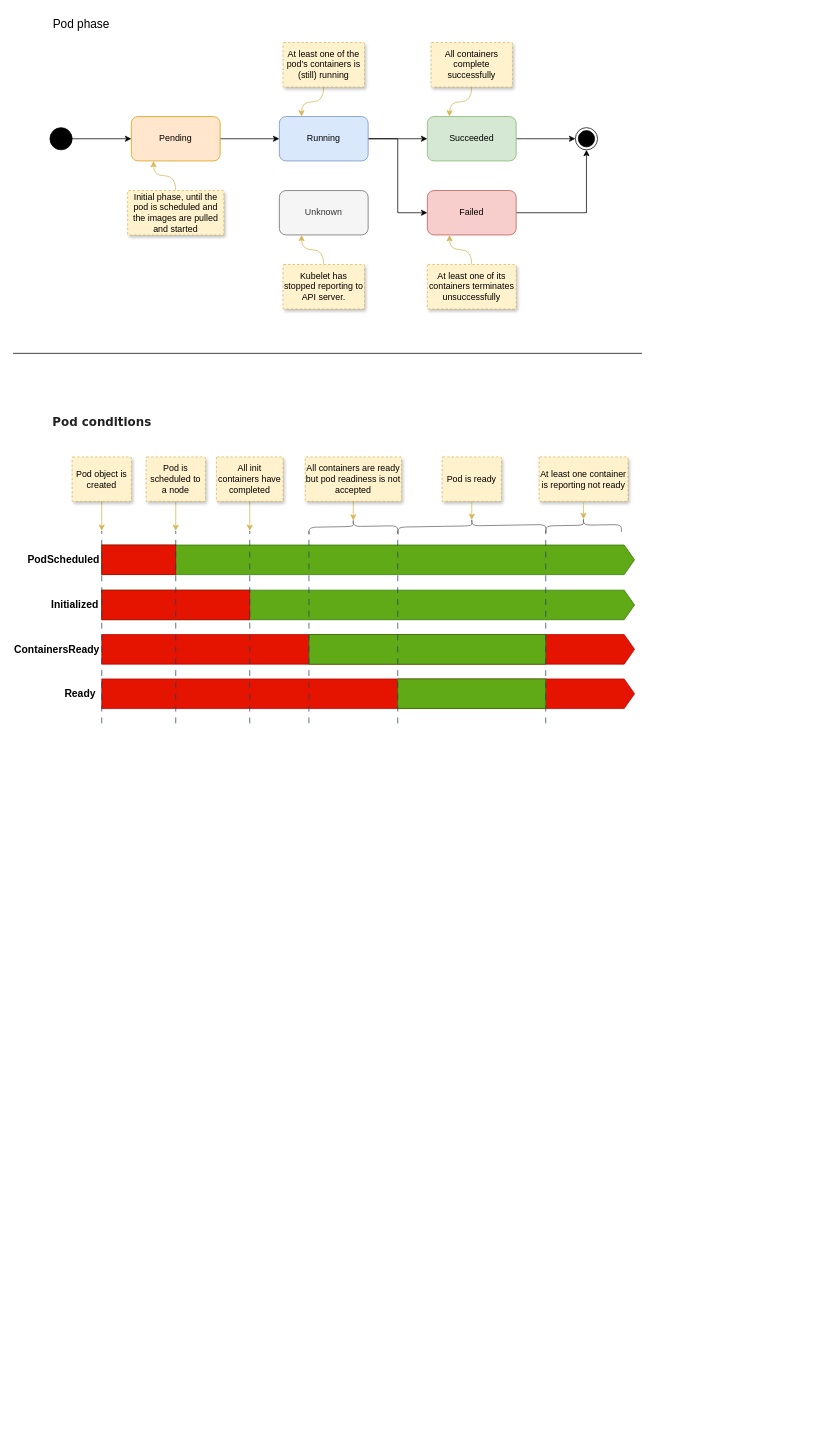
Before: page "Pod Lifecycle" (1 of 4) of st/k8s_common.drawio in gaivin/drawio, a draw.io diagram. Source tidied: cells renumbered, new cells numbered last; positions are measured from the earlier drawing's top-left corner, leaving out a move shared by most shapes. Both pictures are drawn from the tidied source at 74%, with x=0, y=0 at pixel (13, 13).
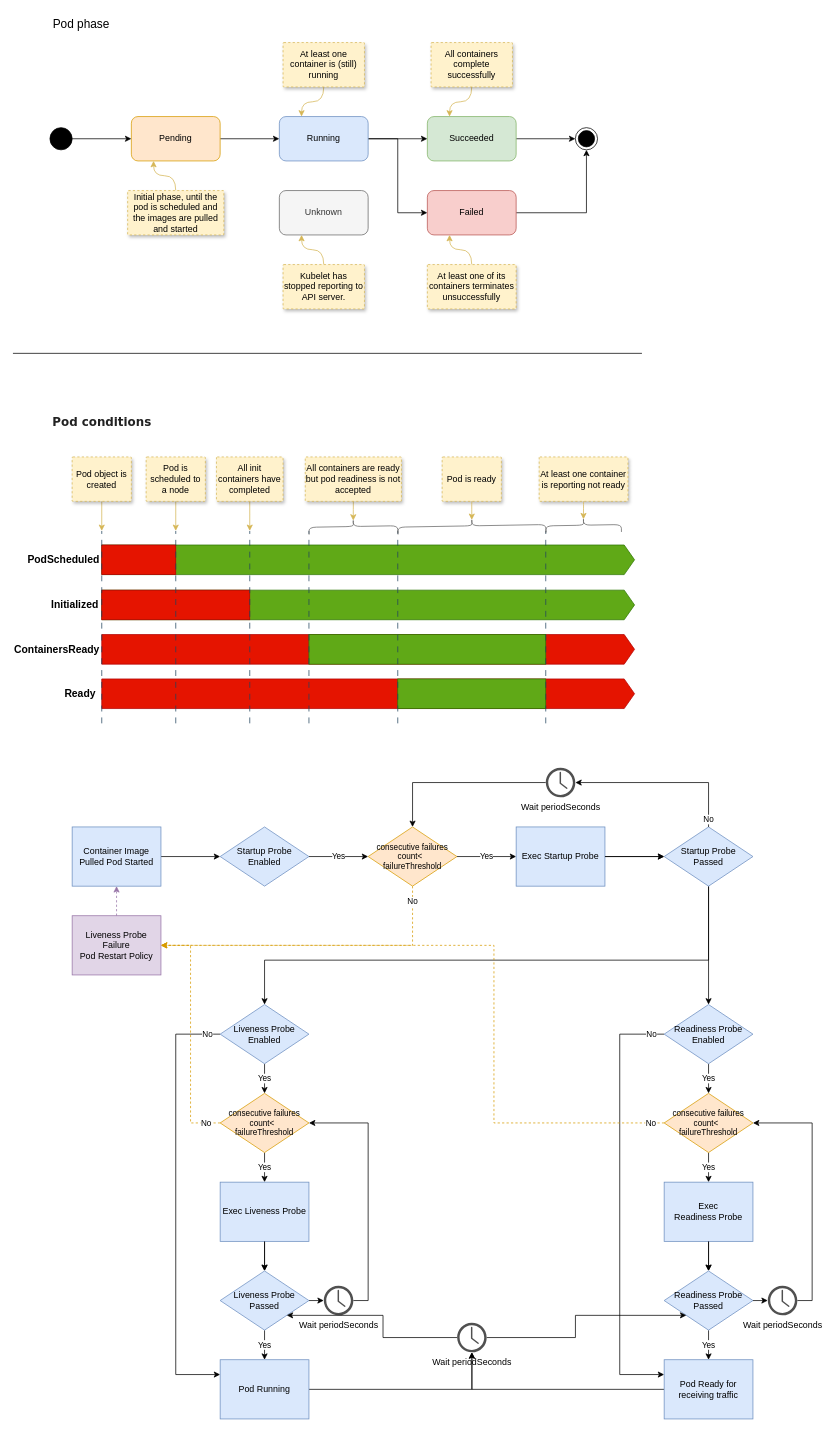
The same page after the edit.

What changed in the source:
```diff
@@
-    <mxCell id="16" value="At least one of the pod’s containers is (still) running" style="strokeColor=#d6b656;shadow=1;strokeWidth=1;rounded=1;absoluteArcSize=1;arcSize=2;fillColor=#fff2cc;dashed=1;whiteSpace=wrap;" parent="1" vertex="1">
+    <mxCell id="16" value="At least one container is (still) running" style="strokeColor=#d6b656;shadow=1;strokeWidth=1;rounded=1;absoluteArcSize=1;arcSize=2;fillColor=#fff2cc;dashed=1;whiteSpace=wrap;" parent="1" vertex="1">
       <mxGeometry x="365" y="40" width="110" height="60" as="geometry" />
     </mxCell>
@@
+    <mxCell id="61" style="edgeStyle=orthogonalEdgeStyle;rounded=0;jettySize=auto;html=1;" parent="1" edge="1" source="62" target="64">
+      <mxGeometry relative="1" as="geometry" />
+    </mxCell>
+    <mxCell id="62" value="Container Image Pulled Pod Started" style="rounded=0;whiteSpace=wrap;html=1;fillColor=#dae8fc;strokeColor=#6c8ebf;" parent="1" vertex="1">
+      <mxGeometry x="80" y="1100" width="120" height="80" as="geometry" />
+    </mxCell>
+    <mxCell id="63" value="Yes" style="edgeStyle=orthogonalEdgeStyle;rounded=0;jettySize=auto;html=1;" parent="1" edge="1" source="64" target="67">
+      <mxGeometry relative="1" as="geometry" />
+    </mxCell>
+    <mxCell id="64" value="Startup Probe&lt;div&gt;Enabled&lt;/div&gt;" style="rhombus;whiteSpace=wrap;html=1;fillColor=#dae8fc;strokeColor=#6c8ebf;rounded=0;" parent="1" vertex="1">
+      <mxGeometry x="280" y="1100" width="120" height="80" as="geometry" />
+    </mxCell>
+    <mxCell id="65" value="No" style="edgeStyle=orthogonalEdgeStyle;rounded=0;jettySize=auto;html=1;entryX=1;entryY=0.5;entryDx=0;entryDy=0;exitX=0.5;exitY=1;exitDx=0;exitDy=0;fillColor=#ffe6cc;strokeColor=#d79b00;dashed=1;" parent="1" edge="1" source="67" target="94">
+      <mxGeometry x="-0.9" relative="1" as="geometry" />
+    </mxCell>
+    <mxCell id="66" value="Yes" style="edgeStyle=orthogonalEdgeStyle;rounded=0;jettySize=auto;html=1;" parent="1" edge="1" source="67" target="69">
+      <mxGeometry relative="1" as="geometry" />
+    </mxCell>
+    <mxCell id="67" value="&lt;div style=&quot;font-size: 11px;&quot;&gt;&lt;span style=&quot;background-color: initial;&quot;&gt;consecutive&lt;/span&gt;&lt;span style=&quot;background-color: initial;&quot;&gt;&amp;nbsp;failures count&amp;lt;&amp;nbsp;&amp;nbsp;&lt;/span&gt;&lt;/div&gt;&lt;div style=&quot;font-size: 11px;&quot;&gt;&lt;span style=&quot;background-color: initial;&quot;&gt;failureThreshold&lt;/span&gt;&lt;/div&gt;" style="rhombus;whiteSpace=wrap;html=1;fillColor=#ffe6cc;strokeColor=#d79b00;rounded=0;fontSize=11;" parent="1" vertex="1">
+      <mxGeometry x="480" y="1100" width="120" height="80" as="geometry" />
+    </mxCell>
+    <mxCell id="68" style="edgeStyle=orthogonalEdgeStyle;rounded=0;jettySize=auto;html=1;" parent="1" edge="1" source="69" target="75">
+      <mxGeometry relative="1" as="geometry" />
+    </mxCell>
+    <mxCell id="69" value="Exec Startup Probe" style="whiteSpace=wrap;html=1;fillColor=#dae8fc;strokeColor=#6c8ebf;rounded=0;" parent="1" vertex="1">
+      <mxGeometry x="680" y="1100" width="120" height="80" as="geometry" />
+    </mxCell>
+    <mxCell id="70" style="edgeStyle=orthogonalEdgeStyle;rounded=0;jettySize=auto;html=1;exitX=0;exitY=0.5;exitDx=0;exitDy=0;exitPerimeter=0;entryX=0.5;entryY=0;entryDx=0;entryDy=0;" parent="1" edge="1" source="71" target="67">
+      <mxGeometry relative="1" as="geometry" />
+    </mxCell>
+    <mxCell id="71" value="Wait periodSeconds" style="sketch=0;shadow=0;dashed=0;html=1;strokeColor=none;fillColor=#505050;labelPosition=center;verticalLabelPosition=bottom;verticalAlign=top;outlineConnect=0;align=center;shape=mxgraph.office.concepts.clock;points=[[0,0.5,0,0,0],[1,0.5,0,0,0]];" parent="1" vertex="1">
+      <mxGeometry x="720" y="1020" width="40" height="40" as="geometry" />
+    </mxCell>
+    <mxCell id="72" style="edgeStyle=orthogonalEdgeStyle;rounded=0;jettySize=auto;html=1;" parent="1" edge="1" source="69" target="75">
+      <mxGeometry relative="1" as="geometry" />
+    </mxCell>
+    <mxCell id="73" style="edgeStyle=orthogonalEdgeStyle;rounded=0;jettySize=auto;html=1;exitX=0.5;exitY=1;exitDx=0;exitDy=0;" parent="1" edge="1" source="75" target="79">
+      <mxGeometry relative="1" as="geometry">
+        <Array as="points">
+          <mxPoint x="940" y="1280" />
+          <mxPoint x="340" y="1280" />
+        </Array>
+      </mxGeometry>
+    </mxCell>
+    <mxCell id="74" style="edgeStyle=orthogonalEdgeStyle;rounded=0;jettySize=auto;html=1;exitX=0.5;exitY=1;exitDx=0;exitDy=0;" parent="1" edge="1" source="75" target="97">
+      <mxGeometry relative="1" as="geometry" />
+    </mxCell>
+    <mxCell id="75" value="Startup Probe&lt;div&gt;Passed&lt;/div&gt;" style="rhombus;whiteSpace=wrap;html=1;fillColor=#dae8fc;strokeColor=#6c8ebf;rounded=0;" parent="1" vertex="1">
+      <mxGeometry x="880" y="1100" width="120" height="80" as="geometry" />
+    </mxCell>
+    <mxCell id="76" value="No" style="edgeStyle=orthogonalEdgeStyle;rounded=0;jettySize=auto;html=1;exitX=0.5;exitY=0;exitDx=0;exitDy=0;entryX=1;entryY=0.5;entryDx=0;entryDy=0;entryPerimeter=0;" parent="1" edge="1" source="75" target="71">
+      <mxGeometry x="-0.92" relative="1" as="geometry" />
+    </mxCell>
+    <mxCell id="77" value="Yes" style="edgeStyle=orthogonalEdgeStyle;rounded=0;jettySize=auto;html=1;" parent="1" edge="1" source="79" target="82">
+      <mxGeometry relative="1" as="geometry" />
+    </mxCell>
+    <mxCell id="78" value="No" style="edgeStyle=orthogonalEdgeStyle;rounded=0;jettySize=auto;html=1;entryX=0;entryY=0.25;entryDx=0;entryDy=0;exitX=0;exitY=0.5;exitDx=0;exitDy=0;" parent="1" edge="1" source="79" target="92">
+      <mxGeometry x="-0.94" relative="1" as="geometry">
+        <Array as="points">
+          <mxPoint x="220" y="1380" />
+          <mxPoint x="220" y="1840" />
+        </Array>
+      </mxGeometry>
+    </mxCell>
+    <mxCell id="79" value="Liveness Probe&lt;div&gt;Enabled&lt;/div&gt;" style="rhombus;whiteSpace=wrap;html=1;fillColor=#dae8fc;strokeColor=#6c8ebf;rounded=0;" parent="1" vertex="1">
+      <mxGeometry x="280" y="1340" width="120" height="80" as="geometry" />
+    </mxCell>
+    <mxCell id="80" value="Yes" style="edgeStyle=orthogonalEdgeStyle;rounded=0;jettySize=auto;html=1;" parent="1" edge="1" source="82" target="85">
+      <mxGeometry relative="1" as="geometry" />
+    </mxCell>
+    <mxCell id="81" value="No" style="edgeStyle=orthogonalEdgeStyle;rounded=0;jettySize=auto;html=1;entryX=1;entryY=0.5;entryDx=0;entryDy=0;fillColor=#ffe6cc;strokeColor=#d79b00;dashed=1;" parent="1" edge="1" source="82" target="94">
+      <mxGeometry x="-0.88" relative="1" as="geometry" />
+    </mxCell>
+    <mxCell id="82" value="&lt;div style=&quot;font-size: 11px;&quot;&gt;&lt;div&gt;&lt;span style=&quot;background-color: initial;&quot;&gt;consecutive&lt;/span&gt;&lt;span style=&quot;background-color: initial;&quot;&gt;&amp;nbsp;failures count&amp;lt;&amp;nbsp;&amp;nbsp;&lt;/span&gt;&lt;/div&gt;&lt;div&gt;&lt;span style=&quot;background-color: initial;&quot;&gt;failureThreshold&lt;/span&gt;&lt;/div&gt;&lt;/div&gt;" style="rhombus;whiteSpace=wrap;html=1;fillColor=#ffe6cc;strokeColor=#d79b00;rounded=0;fontSize=11;" parent="1" vertex="1">
+      <mxGeometry x="280" y="1460" width="120" height="80" as="geometry" />
+    </mxCell>
+    <mxCell id="83" style="edgeStyle=orthogonalEdgeStyle;rounded=0;jettySize=auto;html=1;" parent="1" edge="1" source="85" target="90">
+      <mxGeometry relative="1" as="geometry" />
+    </mxCell>
+    <mxCell id="84" style="edgeStyle=orthogonalEdgeStyle;rounded=0;jettySize=auto;html=1;exitX=1;exitY=0.5;exitDx=0;exitDy=0;entryX=0;entryY=0.5;entryDx=0;entryDy=0;entryPerimeter=0;" parent="1" edge="1" source="90" target="87">
+      <mxGeometry relative="1" as="geometry" />
+    </mxCell>
+    <mxCell id="85" value="Exec Liveness Probe" style="whiteSpace=wrap;html=1;fillColor=#dae8fc;strokeColor=#6c8ebf;rounded=0;" parent="1" vertex="1">
+      <mxGeometry x="280" y="1580" width="120" height="80" as="geometry" />
+    </mxCell>
+    <mxCell id="86" style="edgeStyle=orthogonalEdgeStyle;rounded=0;jettySize=auto;html=1;entryX=1;entryY=0.5;entryDx=0;entryDy=0;exitX=1;exitY=0.5;exitDx=0;exitDy=0;exitPerimeter=0;" parent="1" edge="1" source="87" target="82">
+      <mxGeometry relative="1" as="geometry" />
+    </mxCell>
+    <mxCell id="87" value="Wait periodSeconds" style="sketch=0;shadow=0;dashed=0;html=1;strokeColor=none;fillColor=#505050;labelPosition=center;verticalLabelPosition=bottom;verticalAlign=top;outlineConnect=0;align=center;shape=mxgraph.office.concepts.clock;points=[[0,0.5,0,0,0],[1,0.5,0,0,0]];" parent="1" vertex="1">
+      <mxGeometry x="420" y="1720" width="40" height="40" as="geometry" />
+    </mxCell>
+    <mxCell id="88" style="edgeStyle=orthogonalEdgeStyle;rounded=0;jettySize=auto;html=1;" parent="1" edge="1" source="85" target="90">
+      <mxGeometry relative="1" as="geometry" />
+    </mxCell>
+    <mxCell id="89" value="Yes" style="edgeStyle=orthogonalEdgeStyle;rounded=0;jettySize=auto;html=1;" parent="1" edge="1" source="90" target="92">
+      <mxGeometry relative="1" as="geometry" />
+    </mxCell>
+    <mxCell id="90" value="Liveness Probe&lt;div&gt;Passed&lt;/div&gt;" style="rhombus;whiteSpace=wrap;html=1;fillColor=#dae8fc;strokeColor=#6c8ebf;rounded=0;" parent="1" vertex="1">
+      <mxGeometry x="280" y="1700" width="120" height="80" as="geometry" />
+    </mxCell>
+    <mxCell id="91" style="edgeStyle=orthogonalEdgeStyle;rounded=0;jettySize=auto;html=1;exitX=1;exitY=0.5;exitDx=0;exitDy=0;" parent="1" edge="1" source="92" target="113">
+      <mxGeometry relative="1" as="geometry" />
+    </mxCell>
+    <mxCell id="92" value="Pod Running" style="whiteSpace=wrap;html=1;fillColor=#dae8fc;strokeColor=#6c8ebf;rounded=0;" parent="1" vertex="1">
+      <mxGeometry x="280" y="1820" width="120" height="80" as="geometry" />
+    </mxCell>
+    <mxCell id="93" style="edgeStyle=orthogonalEdgeStyle;rounded=0;jettySize=auto;html=1;exitX=0.5;exitY=0;exitDx=0;exitDy=0;entryX=0.5;entryY=1;entryDx=0;entryDy=0;dashed=1;fillColor=#e1d5e7;strokeColor=#9673a6;" parent="1" edge="1" source="94" target="62">
+      <mxGeometry relative="1" as="geometry" />
+    </mxCell>
+    <mxCell id="94" value="&lt;div&gt;Liveness Probe Failure&lt;/div&gt;Pod Restart Policy" style="whiteSpace=wrap;html=1;fillColor=#e1d5e7;strokeColor=#9673a6;rounded=0;" parent="1" vertex="1">
+      <mxGeometry x="80" y="1220" width="120" height="80" as="geometry" />
+    </mxCell>
+    <mxCell id="95" value="Yes" style="edgeStyle=orthogonalEdgeStyle;rounded=0;jettySize=auto;html=1;" parent="1" edge="1" source="97" target="100">
+      <mxGeometry relative="1" as="geometry" />
+    </mxCell>
+    <mxCell id="96" value="No" style="edgeStyle=orthogonalEdgeStyle;rounded=0;jettySize=auto;html=1;exitX=0;exitY=0.5;exitDx=0;exitDy=0;entryX=0;entryY=0.25;entryDx=0;entryDy=0;" parent="1" edge="1" source="97" target="110">
+      <mxGeometry x="-0.94" relative="1" as="geometry">
+        <Array as="points">
+          <mxPoint x="820" y="1380" />
+          <mxPoint x="820" y="1840" />
+        </Array>
+      </mxGeometry>
+    </mxCell>
+    <mxCell id="97" value="Readiness Probe&lt;div&gt;Enabled&lt;/div&gt;" style="rhombus;whiteSpace=wrap;html=1;fillColor=#dae8fc;strokeColor=#6c8ebf;rounded=0;" parent="1" vertex="1">
+      <mxGeometry x="880" y="1340" width="120" height="80" as="geometry" />
+    </mxCell>
+    <mxCell id="98" value="Yes" style="edgeStyle=orthogonalEdgeStyle;rounded=0;jettySize=auto;html=1;" parent="1" edge="1" source="100" target="103">
+      <mxGeometry relative="1" as="geometry" />
+    </mxCell>
+    <mxCell id="99" value="No" style="edgeStyle=orthogonalEdgeStyle;rounded=0;jettySize=auto;html=1;entryX=1;entryY=0.5;entryDx=0;entryDy=0;fillColor=#ffe6cc;strokeColor=#d79b00;dashed=1;exitX=0;exitY=0.5;exitDx=0;exitDy=0;" parent="1" edge="1" source="100" target="94">
+      <mxGeometry x="-0.96" relative="1" as="geometry">
+        <Array as="points">
+          <mxPoint x="650" y="1500" />
+          <mxPoint x="650" y="1260" />
+        </Array>
+      </mxGeometry>
+    </mxCell>
+    <mxCell id="100" value="&lt;div style=&quot;font-size: 11px;&quot;&gt;&lt;div&gt;&lt;span style=&quot;background-color: initial;&quot;&gt;consecutive&lt;/span&gt;&lt;span style=&quot;background-color: initial;&quot;&gt;&amp;nbsp;failures count&amp;lt;&amp;nbsp;&amp;nbsp;&lt;/span&gt;&lt;/div&gt;&lt;div&gt;&lt;span style=&quot;background-color: initial;&quot;&gt;failureThreshold&lt;/span&gt;&lt;/div&gt;&lt;/div&gt;" style="rhombus;whiteSpace=wrap;html=1;fillColor=#ffe6cc;strokeColor=#d79b00;rounded=0;fontSize=11;" parent="1" vertex="1">
+      <mxGeometry x="880" y="1460" width="120" height="80" as="geometry" />
+    </mxCell>
+    <mxCell id="101" style="edgeStyle=orthogonalEdgeStyle;rounded=0;jettySize=auto;html=1;" parent="1" edge="1" source="103" target="108">
+      <mxGeometry relative="1" as="geometry" />
+    </mxCell>
+    <mxCell id="102" style="edgeStyle=orthogonalEdgeStyle;rounded=0;jettySize=auto;html=1;exitX=1;exitY=0.5;exitDx=0;exitDy=0;entryX=0;entryY=0.5;entryDx=0;entryDy=0;entryPerimeter=0;" parent="1" edge="1" source="108" target="105">
+      <mxGeometry relative="1" as="geometry" />
+    </mxCell>
+    <mxCell id="103" value="Exec Readiness&amp;nbsp;Probe" style="whiteSpace=wrap;html=1;fillColor=#dae8fc;strokeColor=#6c8ebf;rounded=0;" parent="1" vertex="1">
+      <mxGeometry x="880" y="1580" width="120" height="80" as="geometry" />
+    </mxCell>
+    <mxCell id="104" style="edgeStyle=orthogonalEdgeStyle;rounded=0;jettySize=auto;html=1;entryX=1;entryY=0.5;entryDx=0;entryDy=0;exitX=1;exitY=0.5;exitDx=0;exitDy=0;exitPerimeter=0;" parent="1" edge="1" source="105" target="100">
+      <mxGeometry relative="1" as="geometry" />
+    </mxCell>
+    <mxCell id="105" value="Wait periodSeconds" style="sketch=0;shadow=0;dashed=0;html=1;strokeColor=none;fillColor=#505050;labelPosition=center;verticalLabelPosition=bottom;verticalAlign=top;outlineConnect=0;align=center;shape=mxgraph.office.concepts.clock;points=[[0,0.5,0,0,0],[1,0.5,0,0,0]];" parent="1" vertex="1">
+      <mxGeometry x="1020" y="1720" width="40" height="40" as="geometry" />
+    </mxCell>
+    <mxCell id="106" style="edgeStyle=orthogonalEdgeStyle;rounded=0;jettySize=auto;html=1;" parent="1" edge="1" source="103" target="108">
+      <mxGeometry relative="1" as="geometry" />
+    </mxCell>
+    <mxCell id="107" value="Yes" style="edgeStyle=orthogonalEdgeStyle;rounded=0;jettySize=auto;html=1;" parent="1" edge="1" source="108" target="110">
+      <mxGeometry relative="1" as="geometry" />
+    </mxCell>
+    <mxCell id="108" value="Readiness&amp;nbsp;Probe&lt;div&gt;Passed&lt;/div&gt;" style="rhombus;whiteSpace=wrap;html=1;fillColor=#dae8fc;strokeColor=#6c8ebf;rounded=0;" parent="1" vertex="1">
+      <mxGeometry x="880" y="1700" width="120" height="80" as="geometry" />
+    </mxCell>
+    <mxCell id="109" style="edgeStyle=orthogonalEdgeStyle;rounded=0;jettySize=auto;html=1;exitX=0;exitY=0.5;exitDx=0;exitDy=0;" parent="1" edge="1" source="110" target="113">
+      <mxGeometry relative="1" as="geometry" />
+    </mxCell>
+    <mxCell id="110" value="Pod Ready for receiving traffic" style="whiteSpace=wrap;html=1;fillColor=#dae8fc;strokeColor=#6c8ebf;rounded=0;" parent="1" vertex="1">
+      <mxGeometry x="880" y="1820" width="120" height="80" as="geometry" />
+    </mxCell>
+    <mxCell id="111" style="edgeStyle=orthogonalEdgeStyle;rounded=0;jettySize=auto;html=1;exitX=1;exitY=0.5;exitDx=0;exitDy=0;exitPerimeter=0;entryX=0;entryY=1;entryDx=0;entryDy=0;" parent="1" edge="1" source="113" target="108">
+      <mxGeometry relative="1" as="geometry" />
+    </mxCell>
+    <mxCell id="112" style="edgeStyle=orthogonalEdgeStyle;rounded=0;jettySize=auto;html=1;exitX=0;exitY=0.5;exitDx=0;exitDy=0;exitPerimeter=0;entryX=1;entryY=1;entryDx=0;entryDy=0;" parent="1" edge="1" source="113" target="90">
+      <mxGeometry relative="1" as="geometry" />
+    </mxCell>
+    <mxCell id="113" value="Wait periodSeconds" style="sketch=0;shadow=0;dashed=0;html=1;strokeColor=none;fillColor=#505050;labelPosition=center;verticalLabelPosition=bottom;verticalAlign=top;outlineConnect=0;align=center;shape=mxgraph.office.concepts.clock;points=[[0,0.5,0,0,0],[1,0.5,0,0,0]];" parent="1" vertex="1">
+      <mxGeometry x="600.2" y="1770" width="40" height="40" as="geometry" />
+    </mxCell>
```
